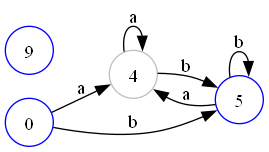
Above: Automate.png in mouadd9/automaton_project (Graphviz), before the change. Its source is kept beside it as Automate.dot.
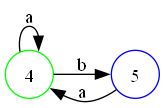
The same file after the commit.

Diff of the diagram source:
```diff
@@ -4,11 +4,8 @@
 	4 -> 5 [label=b];
 	5 -> 4 [label=a];
 	4 -> 4 [label=a];
-	0 -> 5 [label=b];
-	0 -> 4 [label=a];
-	5 -> 5 [label=b];
-	0 [color=green];
-	9 [color=blue];
-	0 [color=blue];
+	4 [color=black];
+	5 [color=black];
+	4 [color=green];
 	5 [color=blue];
 }
```
